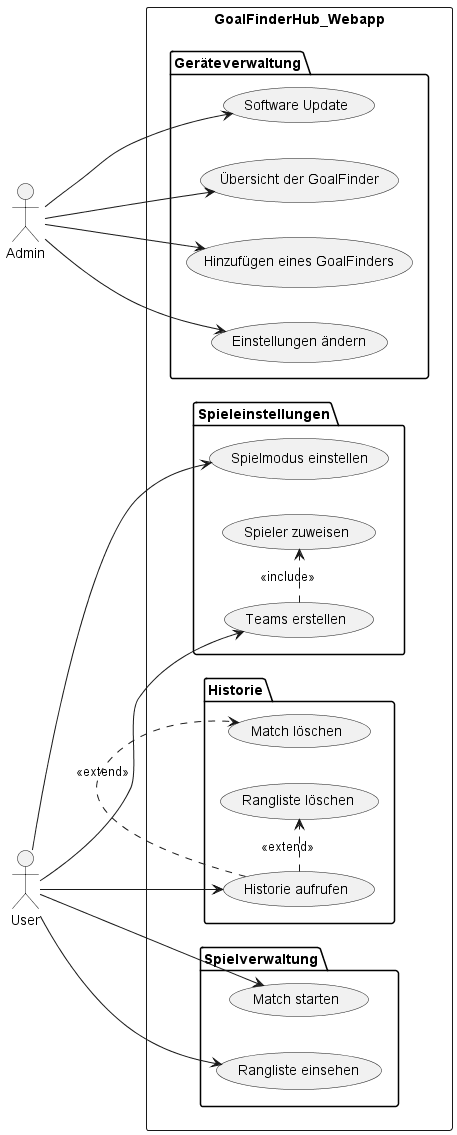
Earlier version of the PlantUML export img/UCD.png (2425-3BHIF-WMC-SYP/GoalFinderHub).
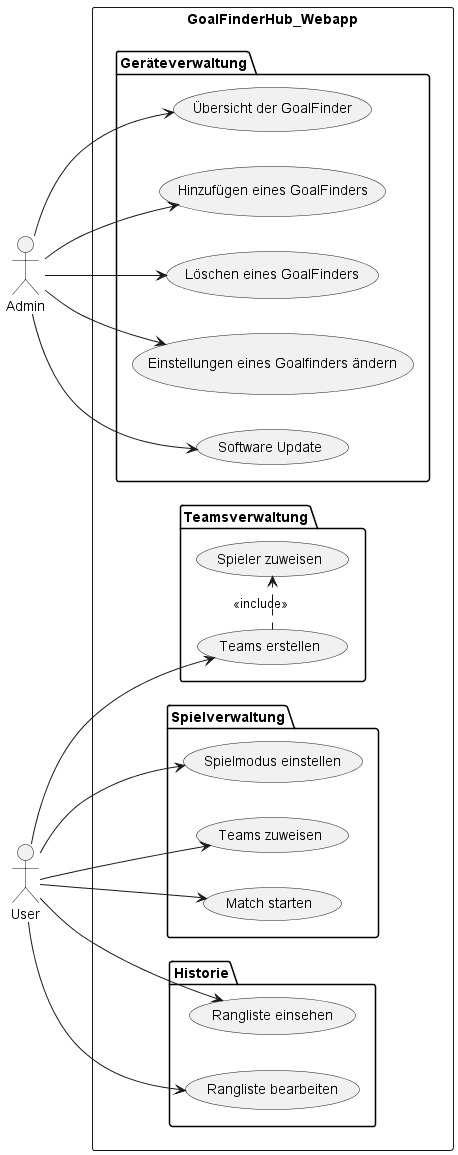
The same file after the commit.

Change to the diagram source:
```diff
@@ -5,38 +5,38 @@
     package "Geräteverwaltung" {
         (Übersicht der GoalFinder)
         (Hinzufügen eines GoalFinders)
-        (Einstellungen ändern)
+        (Löschen eines GoalFinders)
+        (Einstellungen eines Goalfinders ändern)
         (Software Update)
     }
-    package "Spieleinstellungen" {
+    package "Spielverwaltung" {
         (Spielmodus einstellen)
+        (Teams zuweisen)
+        (Match starten)
+    }
+    package "Teamsverwaltung" {
         (Teams erstellen)
         (Spieler zuweisen)
     }
-    package "Spielverwaltung" {
-        (Match starten)
+    package "Historie" {
         (Rangliste einsehen)
-    }
-    package "Historie" {
-        (Historie aufrufen)
-        (Match löschen)
-        (Rangliste löschen)
+        (Rangliste bearbeiten)
     }
 }
 
 :Admin: --> (Übersicht der GoalFinder)
 :Admin: --> (Hinzufügen eines GoalFinders)
-:Admin: --> (Einstellungen ändern)
+:Admin: --> (Löschen eines GoalFinders)
+:Admin: --> (Einstellungen eines Goalfinders ändern)
 :Admin: --> (Software Update)
 
 :User: --> (Spielmodus einstellen)
 :User: --> (Teams erstellen)
+:User: --> (Teams zuweisen)
 :User: --> (Match starten)
 :User: --> (Rangliste einsehen)
-:User: --> (Historie aufrufen)
+:User: --> (Rangliste bearbeiten)
 
 
 (Teams erstellen) .> (Spieler zuweisen) : <<include>>
-(Historie aufrufen) .> (Match löschen) : <<extend>>
-(Historie aufrufen) .> (Rangliste löschen) : <<extend>>
 @enduml
```
